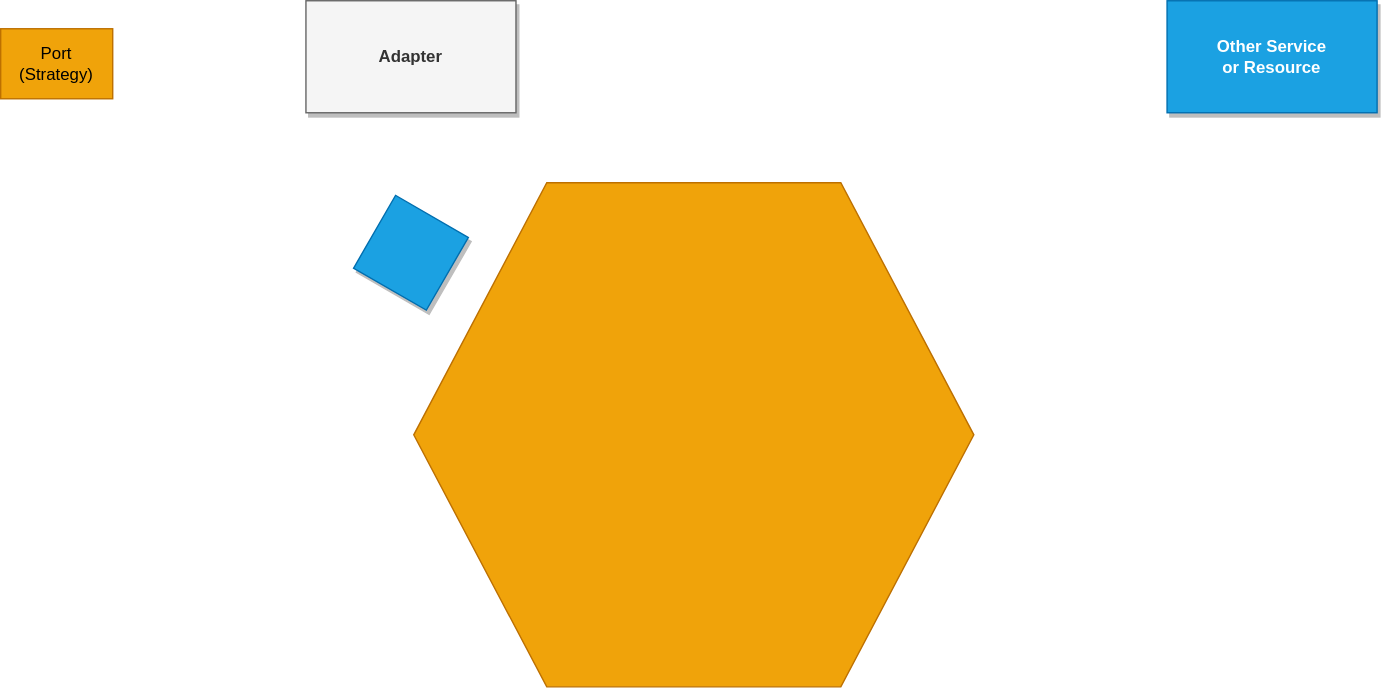
This is static/post-media/Open-closed-by-example/ports-and-adapters.drawio.svg from farlee2121/DevEssentialsBlog, a draw.io export, as it was before one commit. Source tidied: cells renumbered, new cells last; positions are measured from the earlier drawing's top-left corner, leaving out a move shared by most shapes. The source it was exported from:
```xml
<mxGraphModel>
  <root>
    <mxCell id="0" />
    <mxCell id="1" parent="0" />
    <mxCell id="2" style="shape=hexagon;perimeter=hexagonPerimeter2;whiteSpace=wrap;html=1;fixedSize=1;size=95;fillColor=#f0a30a;strokeColor=#BD7000;fontColor=#000000;shadow=0;" parent="1" vertex="1">
      <mxGeometry x="295" y="130" width="400" height="360" as="geometry" />
    </mxCell>
    <mxCell id="3" style="verticalLabelPosition=bottom;align=center;dashed=0;html=1;verticalAlign=middle;shape=mxgraph.pid.piping.plug;rotation=30;fillColor=#1ba1e2;strokeColor=#006EAF;fontColor=#ffffff;shadow=1;fontStyle=1;" parent="1" vertex="1">
      <mxGeometry x="263" y="150" width="60" height="60" as="geometry" />
    </mxCell>
    <mxCell id="4" value="Other Service&lt;br&gt;&amp;nbsp;or Resource" style="whiteSpace=wrap;html=1;fillColor=#1ba1e2;strokeColor=#006EAF;fontColor=#ffffff;shadow=1;fontStyle=1;" parent="1" vertex="1">
      <mxGeometry x="833" width="150" height="80" as="geometry" />
    </mxCell>
    <mxCell id="5" value="Adapter" style="whiteSpace=wrap;html=1;fillColor=#f5f5f5;strokeColor=#666666;fontColor=#333333;shadow=1;fontStyle=1;" parent="1" vertex="1">
      <mxGeometry x="218" width="150" height="80" as="geometry" />
    </mxCell>
    <mxCell id="6" value="Port (Strategy)" style="whiteSpace=wrap;html=1;fillColor=#f0a30a;strokeColor=#BD7000;fontColor=#000000;shadow=0;" parent="1" vertex="1">
      <mxGeometry y="20" width="80" height="50" as="geometry" />
    </mxCell>
  </root>
</mxGraphModel>
```
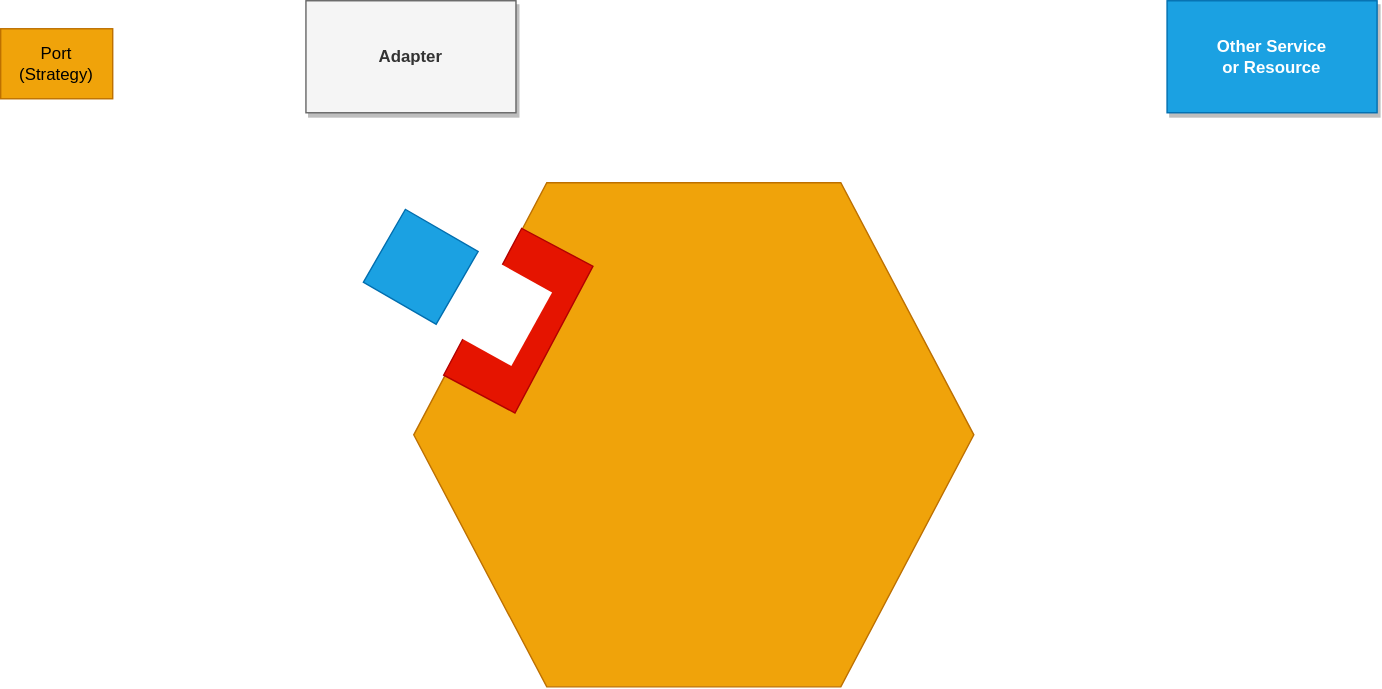
The same diagram one commit later.

Commit message:
figure out basic notching in port diagram

The edit, as a diff of the source:
```diff
@@ -5,9 +5,6 @@
     <mxCell id="2" style="shape=hexagon;perimeter=hexagonPerimeter2;whiteSpace=wrap;html=1;fixedSize=1;size=95;fillColor=#f0a30a;strokeColor=#BD7000;fontColor=#000000;shadow=0;" parent="1" vertex="1">
       <mxGeometry x="295" y="130" width="400" height="360" as="geometry" />
     </mxCell>
-    <mxCell id="3" style="verticalLabelPosition=bottom;align=center;dashed=0;html=1;verticalAlign=middle;shape=mxgraph.pid.piping.plug;rotation=30;fillColor=#1ba1e2;strokeColor=#006EAF;fontColor=#ffffff;shadow=1;fontStyle=1;" parent="1" vertex="1">
-      <mxGeometry x="263" y="150" width="60" height="60" as="geometry" />
-    </mxCell>
     <mxCell id="4" value="Other Service&lt;br&gt;&amp;nbsp;or Resource" style="whiteSpace=wrap;html=1;fillColor=#1ba1e2;strokeColor=#006EAF;fontColor=#ffffff;shadow=1;fontStyle=1;" parent="1" vertex="1">
       <mxGeometry x="833" width="150" height="80" as="geometry" />
     </mxCell>
@@ -17,5 +14,14 @@
     <mxCell id="6" value="Port (Strategy)" style="whiteSpace=wrap;html=1;fillColor=#f0a30a;strokeColor=#BD7000;fontColor=#000000;shadow=0;" parent="1" vertex="1">
       <mxGeometry y="20" width="80" height="50" as="geometry" />
     </mxCell>
+    <mxCell id="7" style="verticalLabelPosition=bottom;align=center;dashed=0;html=1;verticalAlign=middle;shape=mxgraph.pid.piping.plug;rotation=28;shadow=0;fontStyle=1;fillColor=#e51400;fontColor=#ffffff;strokeColor=#B20000;" parent="1" vertex="1">
+      <mxGeometry x="340.8" y="169.2" width="57.7" height="118.7" as="geometry" />
+    </mxCell>
+    <mxCell id="8" style="verticalLabelPosition=bottom;align=center;dashed=0;html=1;verticalAlign=middle;shape=mxgraph.pid.piping.plug;rotation=29;shadow=0;fontStyle=1;strokeColor=none;" parent="1" vertex="1">
+      <mxGeometry x="323" y="190" width="60" height="60" as="geometry" />
+    </mxCell>
+    <mxCell id="3" style="verticalLabelPosition=bottom;align=center;dashed=0;html=1;verticalAlign=middle;shape=mxgraph.pid.piping.plug;rotation=30;fillColor=#1ba1e2;strokeColor=#006EAF;fontColor=#ffffff;shadow=0;fontStyle=1;" parent="1" vertex="1">
+      <mxGeometry x="270" y="160" width="60" height="60" as="geometry" />
+    </mxCell>
   </root>
 </mxGraphModel>
```
